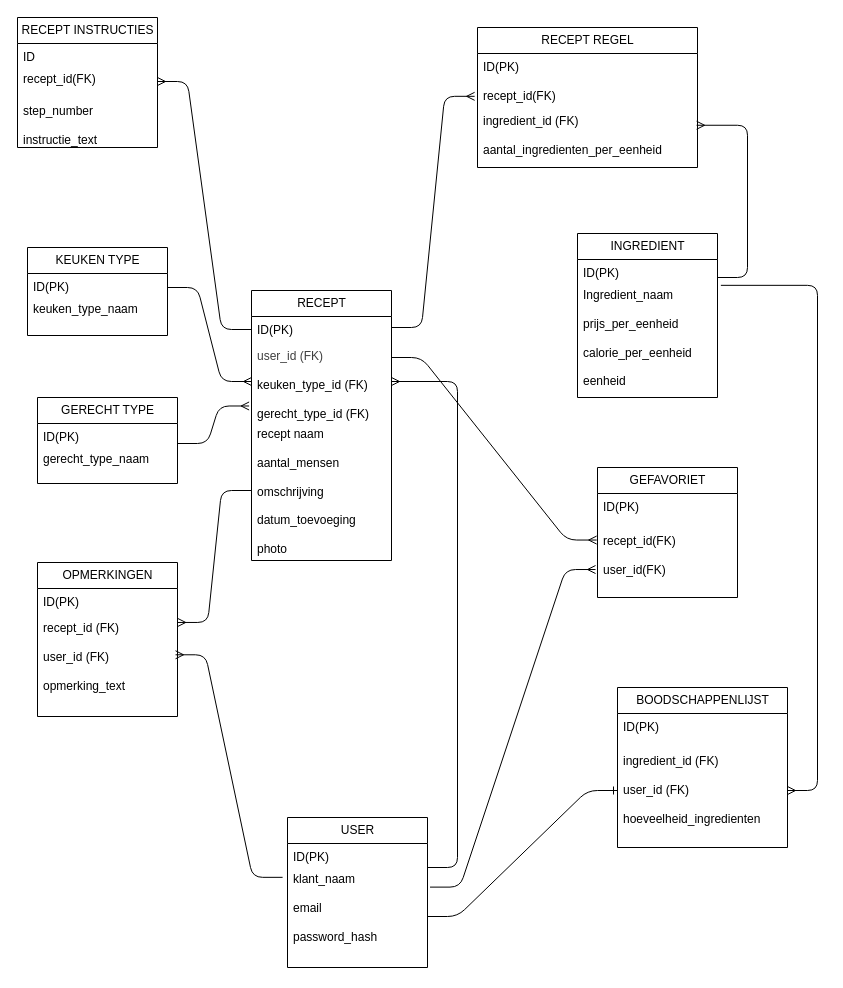
JaphletM/educom-verrukkulluk-1770023420 keeps this draw.io diagram as documents/design/VER-ERD-Entitty_Relationship_Diagram-JM-V1.drawio. Above is the earlier version. Source tidied: cells renumbered, new cells numbered last; positions are measured from the earlier drawing's top-left corner, leaving out a move shared by most shapes. Both pictures are drawn from the tidied source at 100%, with x=0, y=0 at pixel (17, 17).
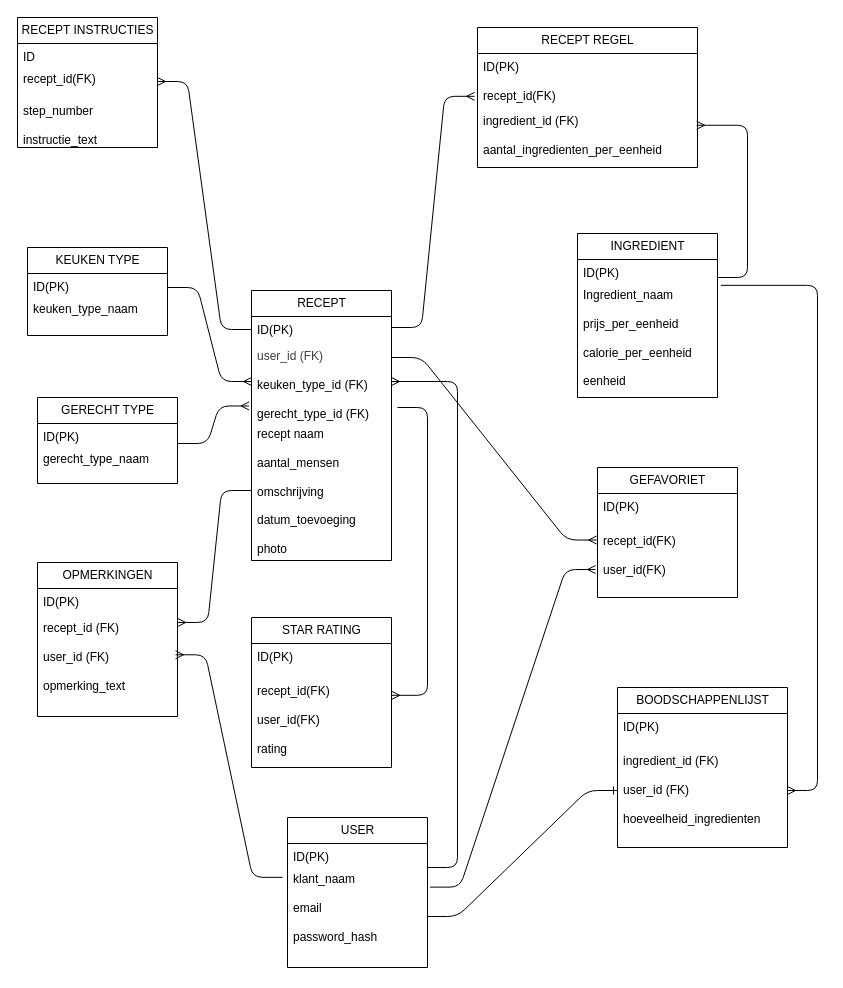
After the change.

Change to the diagram source:
```diff
@@
+    <mxCell id="46" value="STAR RATING" style="swimlane;fontStyle=0;horizontal=1;startSize=26;fillColor=none;html=1;" parent="1" vertex="1">
+      <mxGeometry x="234" y="600" width="140" height="150" as="geometry" />
+    </mxCell>
+    <mxCell id="47" value="ID(PK)" style="text;strokeColor=none;fillColor=none;align=left;verticalAlign=top;spacingLeft=4;spacingRight=4;overflow=hidden;whiteSpace=wrap;html=1;" parent="46" vertex="1">
+      <mxGeometry y="26" width="140" height="20" as="geometry" />
+    </mxCell>
+    <mxCell id="48" value="&lt;div&gt;&lt;font color=&quot;#000000&quot;&gt;&lt;br&gt;&lt;/font&gt;&lt;/div&gt;&lt;div&gt;&lt;font color=&quot;#000000&quot;&gt;recept_id(FK)&lt;/font&gt;&lt;/div&gt;&lt;div&gt;&lt;font color=&quot;#000000&quot;&gt;&lt;br&gt;&lt;/font&gt;&lt;/div&gt;&lt;div&gt;&lt;font color=&quot;#000000&quot;&gt;user_id(FK)&lt;/font&gt;&lt;/div&gt;&lt;div&gt;&lt;font color=&quot;#000000&quot;&gt;&lt;br&gt;&lt;/font&gt;&lt;/div&gt;&lt;div&gt;&lt;font color=&quot;#000000&quot;&gt;rating&lt;/font&gt;&lt;/div&gt;&lt;div&gt;&lt;font color=&quot;#000000&quot;&gt;&lt;font color=&quot;#000000&quot;&gt;&lt;br&gt;&lt;/font&gt;&lt;/font&gt;&lt;div&gt;&lt;font color=&quot;#000000&quot;&gt;&lt;br&gt;&lt;/font&gt;&lt;/div&gt;&lt;div&gt;&lt;br&gt;&lt;/div&gt;&lt;div&gt;&lt;div&gt;&lt;br&gt;&lt;/div&gt;&lt;/div&gt;&lt;/div&gt;" style="text;strokeColor=none;fillColor=none;align=left;verticalAlign=top;spacingLeft=4;spacingRight=4;overflow=hidden;points=[[0,0.5],[1,0.5]];portConstraint=eastwest;whiteSpace=wrap;html=1;" parent="46" vertex="1">
+      <mxGeometry y="46" width="140" height="104" as="geometry" />
+    </mxCell>
+    <mxCell id="49" style="edgeStyle=entityRelationEdgeStyle;fontSize=12;html=1;endArrow=ERmany;entryX=1.002;entryY=0.306;entryDx=0;entryDy=0;entryPerimeter=0;" parent="1" edge="1" target="48">
+      <mxGeometry relative="1" as="geometry">
+        <mxPoint x="380" y="390" as="sourcePoint" />
+        <Array as="points">
+          <mxPoint x="450" y="620" />
+        </Array>
+      </mxGeometry>
+    </mxCell>
```
